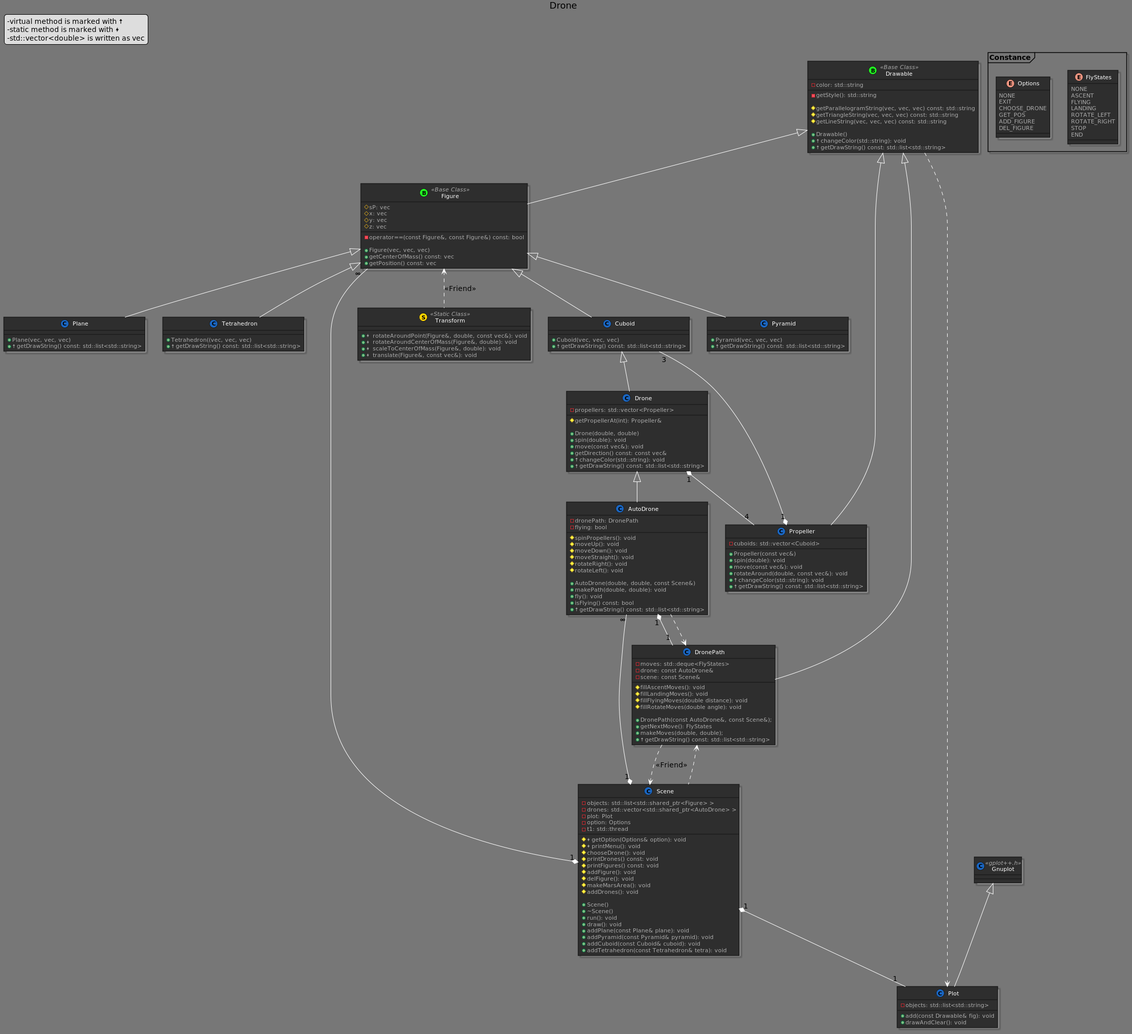
The PlantUML diagram docs/Graph-Drone.png in KPO-2020-2021/zad5_3-RafalSzyinski1, before a commit.
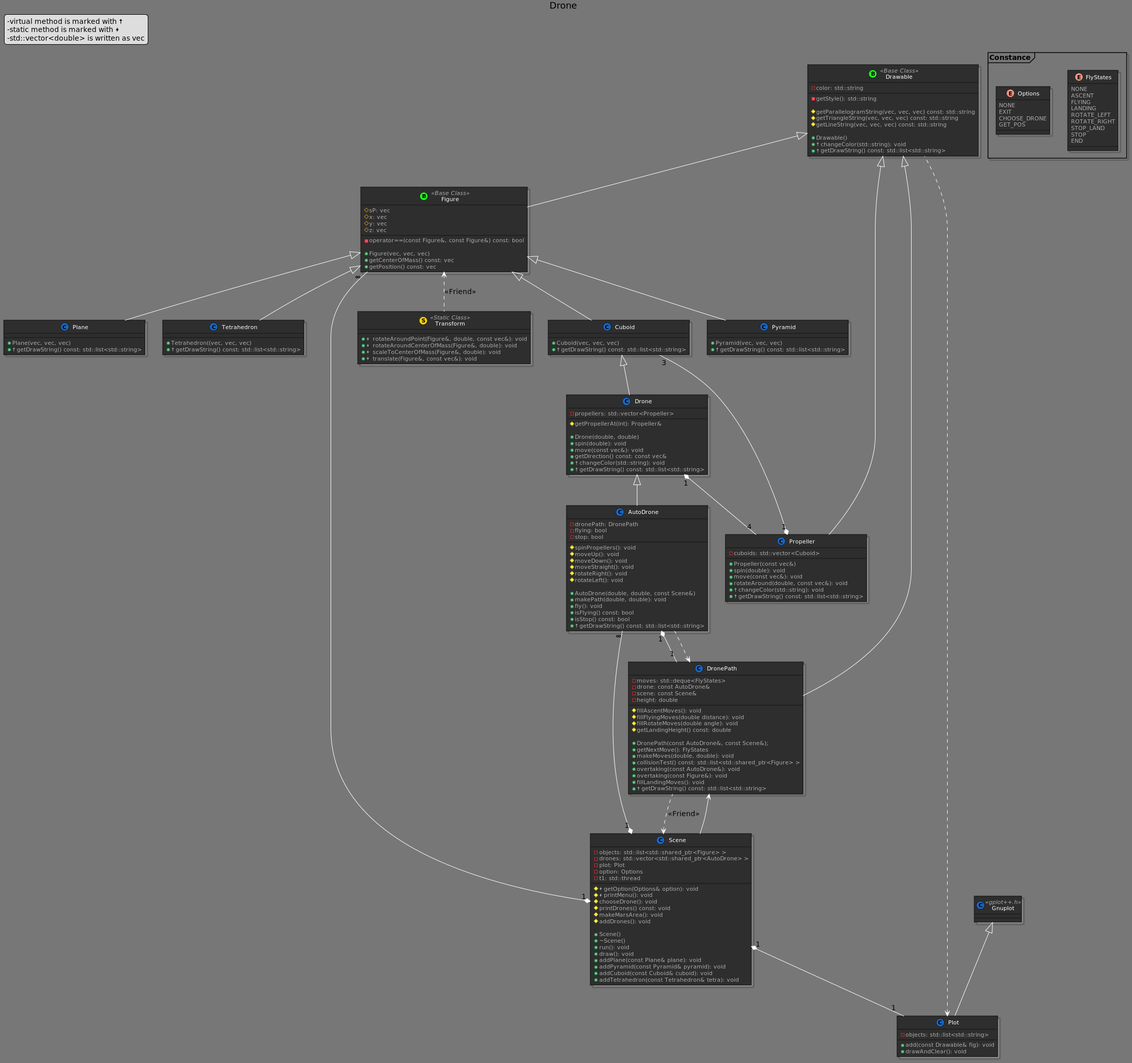
The same diagram one commit later.

Diff of the diagram source:
```diff
@@ -114,6 +114,7 @@
 {
     -dronePath: DronePath
     -flying: bool
+    -stop: bool
 
     #spinPropellers(): void
     #moveUp(): void
@@ -126,6 +127,7 @@
     +makePath(double, double): void
     +fly(): void
     +isFlying() const: bool
+    +isStop() const: bool
     +<&arrow-top>getDrawString() const: std::list<std::string>
 
 }
@@ -135,21 +137,27 @@
     -moves: std::deque<FlyStates>
     -drone: const AutoDrone&
     -scene: const Scene&
+    -height: double
+
     #fillAscentMoves(): void
-    #fillLandingMoves(): void
     #fillFlyingMoves(double distance): void
     #fillRotateMoves(double angle): void
+    #getLandingHeight() const: double
 
     +DronePath(const AutoDrone&, const Scene&);
     +getNextMove(): FlyStates
-    +makeMoves(double, double);
+    +makeMoves(double, double): void
+    +collisionTest() const: std::list<std::shared_ptr<Figure> >
+    +overtaking(const AutoDrone&): void
+    +overtaking(const Figure&): void
+    +fillLandingMoves(): void
     +<&arrow-top>getDrawString() const: std::list<std::string>
 
 }
 
 AutoDrone "1" *-- "1" DronePath
 DronePath <.. AutoDrone
-DronePath <.. Scene
+DronePath <-- Scene
 
 class Gnuplot << gplot++.h >>
 {
@@ -177,9 +185,6 @@
     #<&bolt>printMenu(): void
     #chooseDrone(): void
     #printDrones() const: void
-    #printFigures() const: void
-    #addFigure(): void
-    #delFigure(): void
     #makeMarsArea(): void
     #addDrones(): void
 
@@ -208,6 +213,7 @@
         LANDING
         ROTATE_LEFT
         ROTATE_RIGHT
+        STOP_LAND
         STOP
         END
     }
@@ -218,8 +224,6 @@
         EXIT
         CHOOSE_DRONE
         GET_POS
-        ADD_FIGURE
-        DEL_FIGURE
     }
 }
 
```
